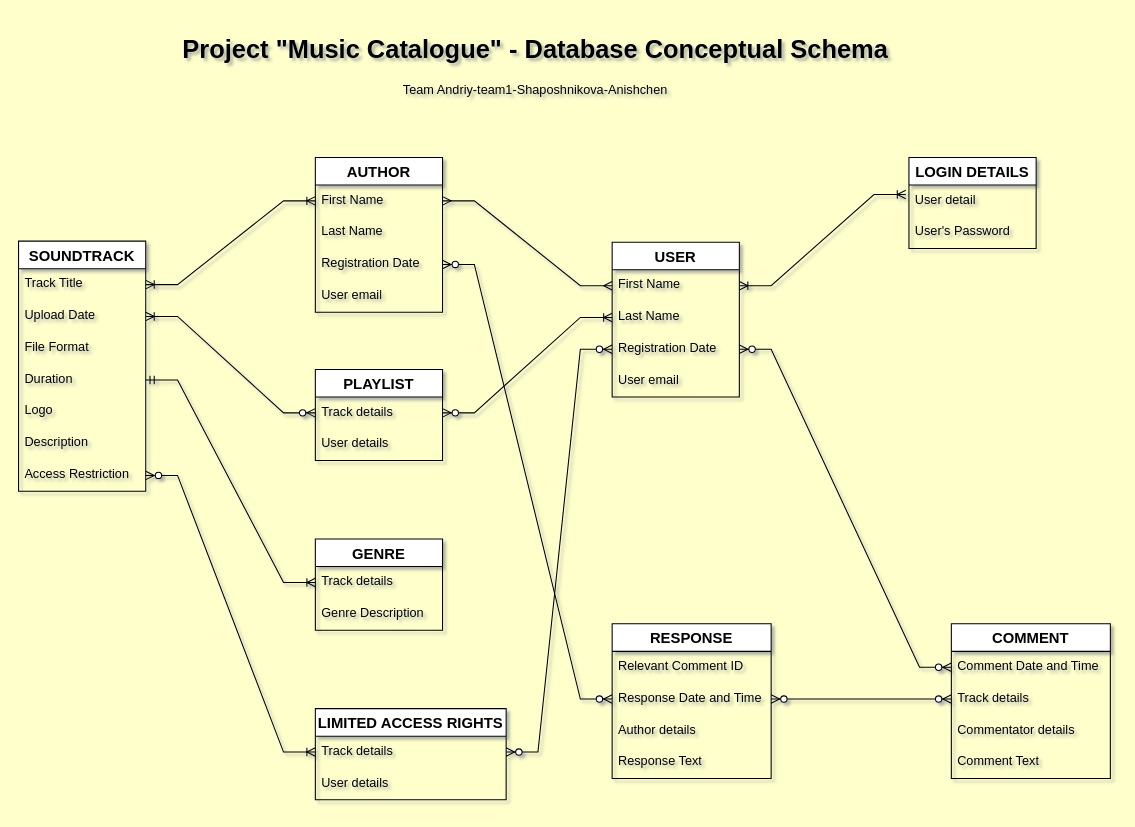
This is page "Draft v1" (1 of 2) of 02 Conceptual Design.drawio from avu-ua/DBFund-Team1-Yulia-Slava, a draw.io file, before an edit. Source tidied: cells renumbered, new cells numbered last; positions are measured from the earlier drawing's top-left corner, leaving out a move shared by most shapes. Both pictures are drawn from the tidied source at 106%, with x=0, y=0 at pixel (18, 29).
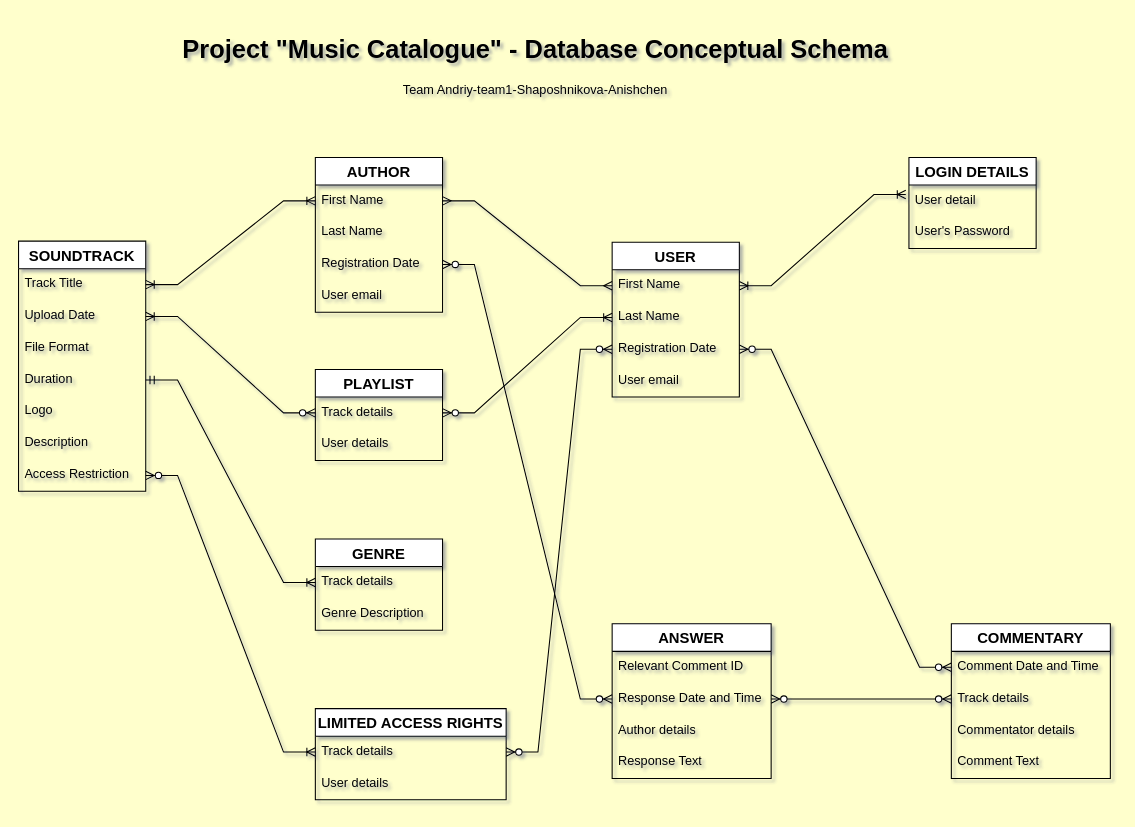
The same page after the edit.

Diff of the diagram source:
```diff
@@
-    <mxCell id="32" value="COMMENT" style="swimlane;fontStyle=1;horizontal=1;startSize=26;align=center;fontSize=14;" parent="1" vertex="1">
+    <mxCell id="32" value="COMMENTARY" style="swimlane;fontStyle=1;horizontal=1;startSize=26;align=center;fontSize=14;" parent="1" vertex="1">
       <mxGeometry x="880" y="561" width="150" height="146" as="geometry" />
     </mxCell>
@@
-    <mxCell id="37" value="RESPONSE" style="swimlane;fontStyle=1;horizontal=1;startSize=26;align=center;fontSize=14;" parent="1" vertex="1">
+    <mxCell id="37" value="ANSWER" style="swimlane;fontStyle=1;horizontal=1;startSize=26;align=center;fontSize=14;" parent="1" vertex="1">
       <mxGeometry x="560" y="561" width="150" height="146" as="geometry" />
     </mxCell>
```
